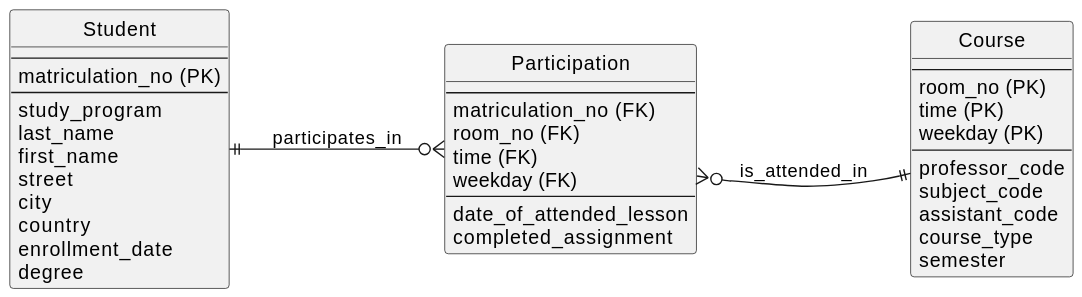
Earlier version of the PlantUML export examples/plantuml_er.svg (hgrabows/diagrammer-skills).
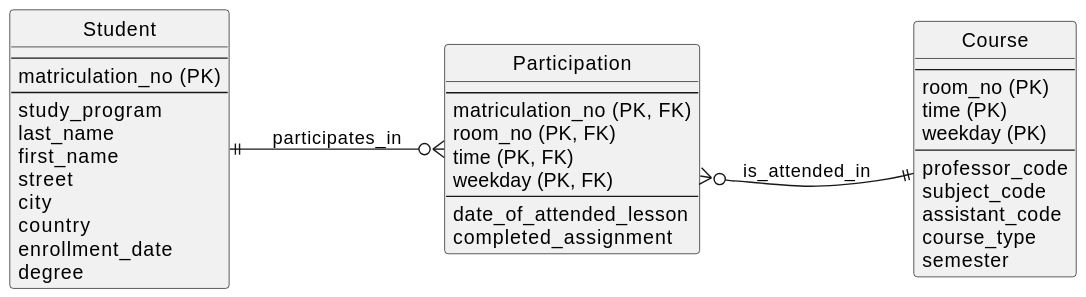
Above is the later version.

Commit message:
docs(plantuml-er): mark columns that are both PK and FK as (PK, FK)

Diff of the diagram source:
```diff
@@ -18,10 +18,10 @@
 
 class Participation {
     --
-    matriculation_no (FK)
-    room_no (FK)
-    time (FK)
-    weekday (FK)
+    matriculation_no (PK, FK)
+    room_no (PK, FK)
+    time (PK, FK)
+    weekday (PK, FK)
     --
     date_of_attended_lesson
     completed_assignment
```
